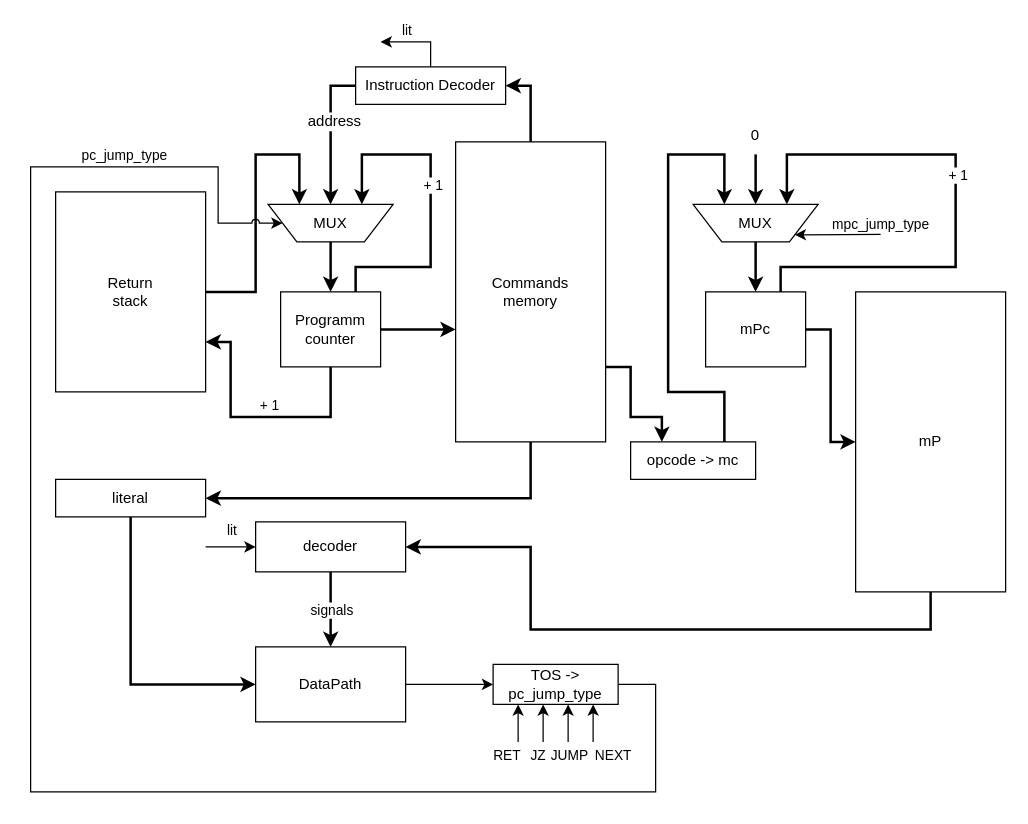
Before: schemes/control-unit_mc.drawio in DiedCloud/csa-lab-3, a draw.io diagram. Source tidied: cells renumbered, new cells numbered last; positions are measured from the earlier drawing's top-left corner, leaving out a move shared by most shapes. Both pictures are drawn from the tidied source at 125%, with x=0, y=0 at pixel (30, 41).
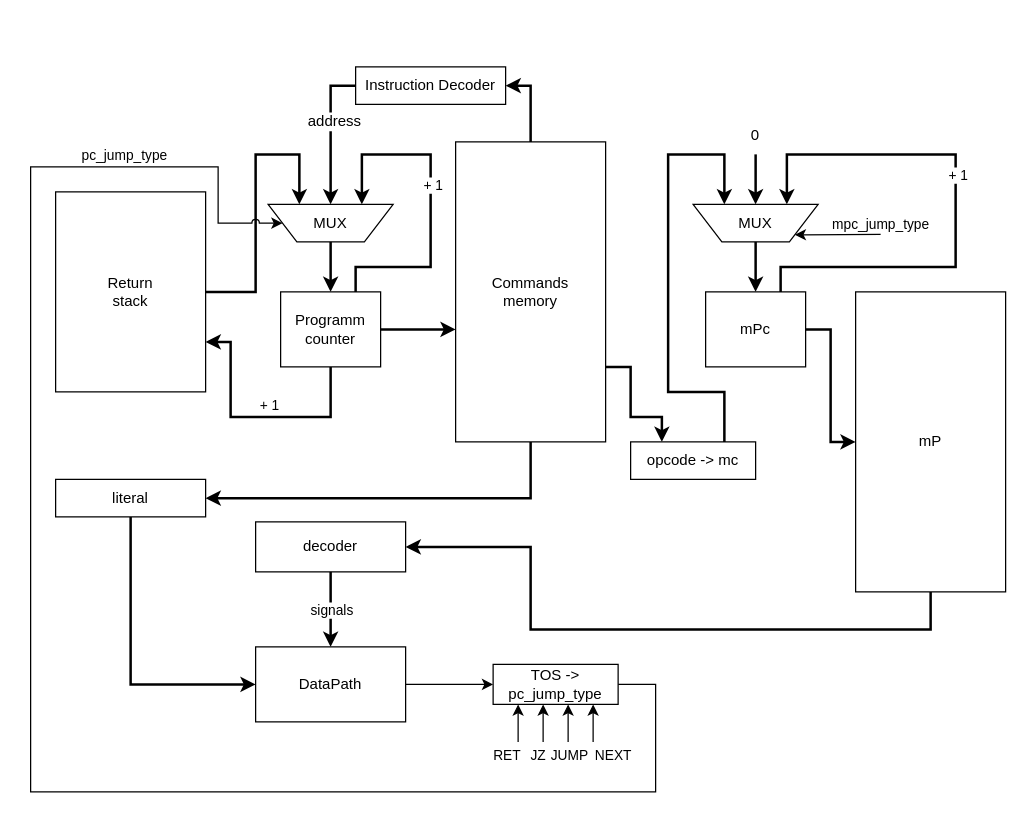
After the change.

Unchanged cells that the change refers to:
```xml
<mxCell id="7" value="decoder" style="rounded=0;whiteSpace=wrap;html=1;" parent="1" vertex="1">
  <mxGeometry x="180" y="384" width="120" height="40" as="geometry" />
</mxCell>
<mxCell id="30" value="Instruction Decoder" style="rounded=0;whiteSpace=wrap;html=1;" parent="1" vertex="1">
  <mxGeometry x="260" y="20" width="120" height="30" as="geometry" />
</mxCell>
```

What changed in the source:
```diff
@@
-    <mxCell id="51" style="endArrow=classic;html=1;rounded=0;jumpStyle=arc;exitX=0.5;exitY=0;exitDx=0;exitDy=0;" parent="1" edge="1" source="30">
-      <mxGeometry relative="1" as="geometry">
-        <mxPoint x="280" as="targetPoint" />
-        <Array as="points">
-          <mxPoint x="320" />
-        </Array>
-      </mxGeometry>
-    </mxCell>
-    <mxCell id="52" value="lit" style="edgeLabel;html=1;align=center;verticalAlign=middle;" parent="51" vertex="1">
-      <mxGeometry x="-0.04" relative="1" as="geometry">
-        <mxPoint x="-11" y="-10" as="offset" />
-      </mxGeometry>
-    </mxCell>
-    <mxCell id="53" style="endArrow=classic;html=1;rounded=0;jumpStyle=arc;entryX=0;entryY=0.5;entryDx=0;entryDy=0;" parent="1" edge="1" target="7">
-      <mxGeometry relative="1" as="geometry">
-        <mxPoint x="140" y="404" as="sourcePoint" />
-      </mxGeometry>
-    </mxCell>
-    <mxCell id="54" value="lit" style="edgeLabel;html=1;align=center;verticalAlign=middle;" parent="53" vertex="1">
-      <mxGeometry x="0.29" y="-1" relative="1" as="geometry">
-        <mxPoint x="-6" y="-15" as="offset" />
-      </mxGeometry>
-    </mxCell>
```
